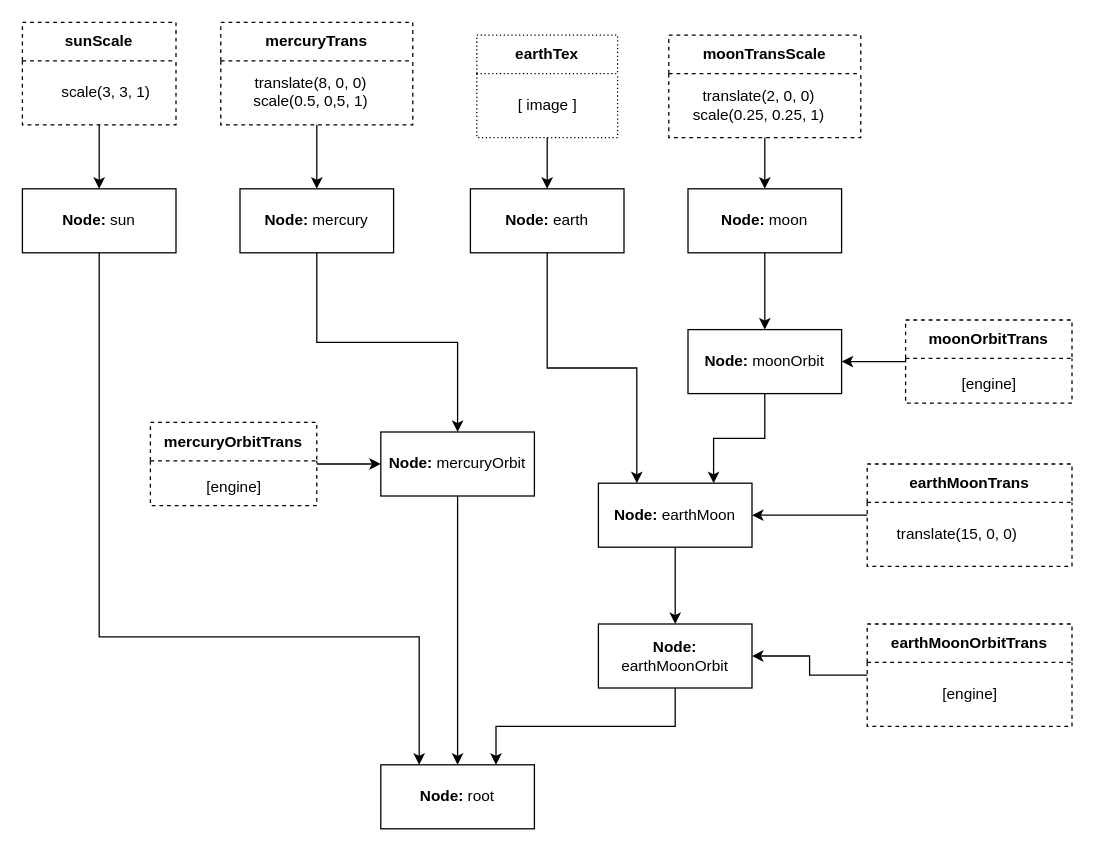
This is report/Trab1Graph.drawio from antenor-z/graph_trabalho1, a draw.io file, before an edit. Source tidied: cells renumbered, new cells numbered last; positions are measured from the earlier drawing's top-left corner, leaving out a move shared by most shapes. Both pictures are drawn from the tidied source at 128%, with x=0, y=0 at pixel (22, 22).
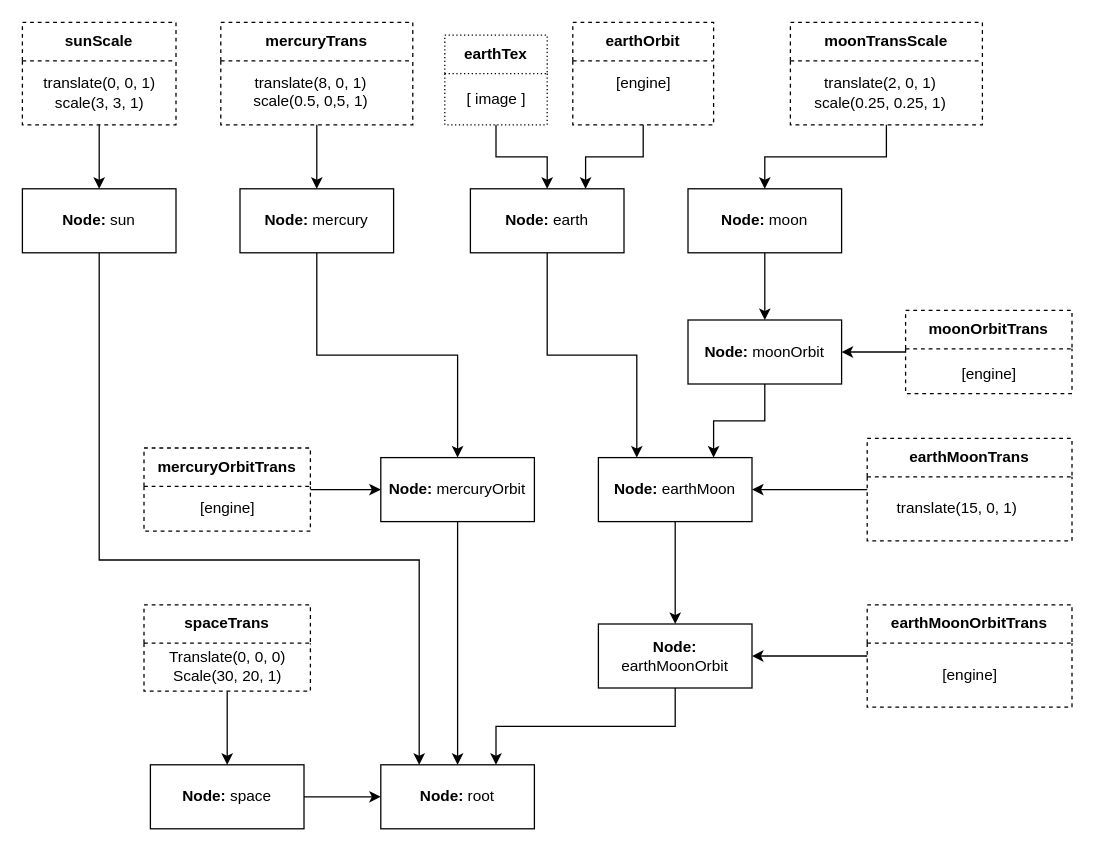
The same page after the edit.

Unchanged cells that the change refers to:
```xml
<mxCell id="4" value="&lt;b&gt;Node:&lt;/b&gt; root" style="rounded=0;whiteSpace=wrap;html=1;" parent="1" vertex="1">
  <mxGeometry x="280" y="580" width="120" height="50" as="geometry" />
</mxCell>
<mxCell id="8" value="&lt;div&gt;&lt;b&gt;Node:&lt;/b&gt; earth&lt;/div&gt;" style="rounded=0;whiteSpace=wrap;html=1;" parent="1" vertex="1">
  <mxGeometry x="350" y="130" width="120" height="50" as="geometry" />
</mxCell>
<mxCell id="14" value="&lt;div&gt;&lt;b&gt;Node:&lt;/b&gt; sun&lt;br&gt;&lt;/div&gt;" style="rounded=0;whiteSpace=wrap;html=1;" parent="1" vertex="1">
  <mxGeometry y="130" width="120" height="50" as="geometry" />
</mxCell>
<mxCell id="35" value="sunScale" style="swimlane;whiteSpace=wrap;html=1;startSize=30;dashed=1;" parent="1" vertex="1">
  <mxGeometry width="120" height="80" as="geometry" />
</mxCell>
<mxCell id="41" value="mercuryTrans" style="swimlane;whiteSpace=wrap;html=1;startSize=30;dashed=1;" parent="1" vertex="1">
  <mxGeometry x="155" width="150" height="80" as="geometry" />
</mxCell>
```

What changed in the source:
```diff
@@
     <mxCell id="6" value="&lt;div&gt;&lt;b&gt;Node:&lt;/b&gt; earthMoon&lt;/div&gt;" style="rounded=0;whiteSpace=wrap;html=1;" parent="1" vertex="1">
-      <mxGeometry x="450" y="360" width="120" height="50" as="geometry" />
+      <mxGeometry x="450" y="340" width="120" height="50" as="geometry" />
     </mxCell>
@@
     <mxCell id="10" value="&lt;div&gt;&lt;b&gt;Node:&lt;/b&gt; moonOrbit&lt;br&gt;&lt;/div&gt;" style="rounded=0;whiteSpace=wrap;html=1;" parent="1" vertex="1">
-      <mxGeometry x="520" y="240" width="120" height="50" as="geometry" />
+      <mxGeometry x="520" y="232.5" width="120" height="50" as="geometry" />
     </mxCell>
@@
     <mxCell id="13" style="edgeStyle=orthogonalEdgeStyle;rounded=0;jettySize=auto;html=1;entryX=0.25;entryY=0;entryDx=0;entryDy=0;exitX=0.5;exitY=1;exitDx=0;exitDy=0;" parent="1" edge="1" source="14" target="4">
       <mxGeometry relative="1" as="geometry">
         <Array as="points">
-          <mxPoint x="60" y="480" />
-          <mxPoint x="310" y="480" />
+          <mxPoint x="60" y="420" />
+          <mxPoint x="310" y="420" />
         </Array>
       </mxGeometry>
     </mxCell>
@@
     <mxCell id="18" value="&lt;div&gt;&lt;b&gt;Node:&lt;/b&gt; mercuryOrbit&lt;br&gt;&lt;/div&gt;" style="rounded=0;whiteSpace=wrap;html=1;" parent="1" vertex="1">
-      <mxGeometry x="280" y="320" width="120" height="50" as="geometry" />
+      <mxGeometry x="280" y="340" width="120" height="50" as="geometry" />
     </mxCell>
@@
     <mxCell id="20" value="&lt;blockquote&gt;earthTex&lt;br&gt;&lt;/blockquote&gt;" style="swimlane;whiteSpace=wrap;html=1;startSize=30;dashed=1;dashPattern=1 2;" parent="1" vertex="1">
-      <mxGeometry x="355" y="10" width="110" height="80" as="geometry" />
+      <mxGeometry x="330" y="10" width="80" height="70" as="geometry" />
     </mxCell>
     <mxCell id="21" value="[ image ]" style="text;html=1;align=center;verticalAlign=middle;strokeColor=none;fillColor=none;" parent="20" vertex="1">
-      <mxGeometry x="20" y="40" width="70" height="30" as="geometry" />
+      <mxGeometry x="5" y="35" width="70" height="30" as="geometry" />
     </mxCell>
@@
     <mxCell id="23" value="earthMoonOrbitTrans" style="swimlane;whiteSpace=wrap;html=1;startSize=30;dashed=1;" parent="1" vertex="1">
-      <mxGeometry x="660" y="470" width="160" height="80" as="geometry" />
+      <mxGeometry x="660" y="455" width="160" height="80" as="geometry" />
     </mxCell>
@@
     <mxCell id="26" value="earthMoonTrans" style="swimlane;whiteSpace=wrap;html=1;startSize=30;dashed=1;" parent="1" vertex="1">
-      <mxGeometry x="660" y="345" width="160" height="80" as="geometry" />
+      <mxGeometry x="660" y="325" width="160" height="80" as="geometry" />
     </mxCell>
-    <mxCell id="27" value="&lt;div&gt;translate(15, 0, 0)&lt;/div&gt;" style="text;html=1;align=center;verticalAlign=middle;strokeColor=none;fillColor=none;" parent="26" vertex="1">
+    <mxCell id="27" value="&lt;div&gt;translate(15, 0, 1)&lt;/div&gt;" style="text;html=1;align=center;verticalAlign=middle;strokeColor=none;fillColor=none;" parent="26" vertex="1">
       <mxGeometry x="10" y="40" width="120" height="30" as="geometry" />
     </mxCell>
@@
     <mxCell id="29" value="moonTransScale" style="swimlane;whiteSpace=wrap;html=1;startSize=30;dashed=1;" parent="1" vertex="1">
-      <mxGeometry x="505" y="10" width="150" height="80" as="geometry" />
+      <mxGeometry x="600" width="150" height="80" as="geometry" />
     </mxCell>
-    <mxCell id="30" value="&lt;div&gt;translate(2, 0, 0)&lt;/div&gt;&lt;div&gt;&lt;div&gt;scale(0.25, 0.25, 1)&lt;/div&gt;&lt;/div&gt;" style="text;html=1;align=center;verticalAlign=middle;strokeColor=none;fillColor=none;" parent="29" vertex="1">
+    <mxCell id="30" value="&lt;div&gt;translate(2, 0, 1)&lt;/div&gt;&lt;div&gt;&lt;div&gt;scale(0.25, 0.25, 1)&lt;/div&gt;&lt;/div&gt;" style="text;html=1;align=center;verticalAlign=middle;strokeColor=none;fillColor=none;" parent="29" vertex="1">
       <mxGeometry x="5" y="35" width="130" height="40" as="geometry" />
     </mxCell>
@@
     <mxCell id="32" value="moonOrbitTrans" style="swimlane;whiteSpace=wrap;html=1;startSize=30;dashed=1;" parent="1" vertex="1">
-      <mxGeometry x="690" y="232.5" width="130" height="65" as="geometry" />
+      <mxGeometry x="690" y="225" width="130" height="65" as="geometry" />
     </mxCell>
@@
-    <mxCell id="36" value="&lt;div&gt;scale(3, 3, 1)&lt;br&gt;&lt;/div&gt;" style="text;html=1;align=center;verticalAlign=middle;strokeColor=none;fillColor=none;" parent="35" vertex="1">
-      <mxGeometry x="20" y="40" width="90" height="30" as="geometry" />
+    <mxCell id="36" value="&lt;div&gt;translate(0, 0, 1)&lt;br&gt;&lt;/div&gt;&lt;div&gt;scale(3, 3, 1)&lt;br&gt;&lt;/div&gt;" style="text;html=1;align=center;verticalAlign=middle;strokeColor=none;fillColor=none;" parent="35" vertex="1">
+      <mxGeometry x="5" y="35" width="110" height="40" as="geometry" />
     </mxCell>
@@
     <mxCell id="38" value="mercuryOrbitTrans" style="swimlane;whiteSpace=wrap;html=1;startSize=30;dashed=1;" parent="1" vertex="1">
-      <mxGeometry x="100" y="312.5" width="130" height="65" as="geometry" />
+      <mxGeometry x="95" y="332.5" width="130" height="65" as="geometry" />
     </mxCell>
     <mxCell id="39" value="[engine]" style="text;html=1;align=center;verticalAlign=middle;strokeColor=none;fillColor=none;" parent="38" vertex="1">
-      <mxGeometry x="30" y="35" width="70" height="30" as="geometry" />
+      <mxGeometry x="30" y="32.5" width="70" height="30" as="geometry" />
     </mxCell>
@@
-    <mxCell id="42" value="&lt;br&gt;&lt;div&gt;&lt;div&gt;&lt;br&gt;&lt;/div&gt;&lt;div&gt;translate(8, 0, 0)&lt;/div&gt;&lt;/div&gt;&lt;div&gt;scale(0.5, 0,5, 1)&lt;/div&gt;" style="text;html=1;align=center;verticalAlign=middle;strokeColor=none;fillColor=none;" parent="41" vertex="1">
+    <mxCell id="42" value="&lt;br&gt;&lt;div&gt;&lt;div&gt;&lt;br&gt;&lt;/div&gt;&lt;div&gt;translate(8, 0, 1)&lt;/div&gt;&lt;/div&gt;&lt;div&gt;scale(0.5, 0,5, 1)&lt;/div&gt;" style="text;html=1;align=center;verticalAlign=middle;strokeColor=none;fillColor=none;" parent="41" vertex="1">
       <mxGeometry x="15" y="5" width="110" height="70" as="geometry" />
     </mxCell>
+    <mxCell id="43" style="edgeStyle=orthogonalEdgeStyle;rounded=0;jettySize=auto;html=1;exitX=0.5;exitY=1;exitDx=0;exitDy=0;entryX=0.75;entryY=0;entryDx=0;entryDy=0;" parent="1" edge="1" source="44" target="8">
+      <mxGeometry relative="1" as="geometry" />
+    </mxCell>
+    <mxCell id="44" value="earthOrbit" style="swimlane;whiteSpace=wrap;html=1;startSize=30;dashed=1;" parent="1" vertex="1">
+      <mxGeometry x="430" width="110" height="80" as="geometry" />
+    </mxCell>
+    <mxCell id="45" value="[engine]" style="text;html=1;align=center;verticalAlign=middle;strokeColor=none;fillColor=none;" parent="44" vertex="1">
+      <mxGeometry x="20" y="32.5" width="70" height="30" as="geometry" />
+    </mxCell>
+    <mxCell id="46" style="edgeStyle=orthogonalEdgeStyle;rounded=0;jettySize=auto;html=1;entryX=0;entryY=0.5;entryDx=0;entryDy=0;" parent="1" edge="1" source="47" target="4">
+      <mxGeometry relative="1" as="geometry" />
+    </mxCell>
+    <mxCell id="47" value="&lt;div&gt;&lt;b&gt;Node:&lt;/b&gt; space&lt;br&gt;&lt;/div&gt;" style="rounded=0;whiteSpace=wrap;html=1;" parent="1" vertex="1">
+      <mxGeometry x="100" y="580" width="120" height="50" as="geometry" />
+    </mxCell>
+    <mxCell id="48" value="spaceTrans" style="swimlane;whiteSpace=wrap;html=1;startSize=30;dashed=1;" parent="1" vertex="1">
+      <mxGeometry x="95" y="455" width="130" height="67.5" as="geometry" />
+    </mxCell>
+    <mxCell id="49" value="&lt;div&gt;Translate(0, 0, 0)&lt;/div&gt;&lt;div&gt;Scale(30, 20, 1)&lt;br&gt;&lt;/div&gt;" style="text;html=1;align=center;verticalAlign=middle;points=[];strokeColor=none;fillColor=none;" parent="48" vertex="1">
+      <mxGeometry x="5" y="27.5" width="120" height="40" as="geometry" />
+    </mxCell>
+    <mxCell id="50" style="edgeStyle=orthogonalEdgeStyle;rounded=0;jettySize=auto;html=1;entryX=0.5;entryY=0;entryDx=0;entryDy=0;" parent="1" edge="1" source="49" target="47">
+      <mxGeometry relative="1" as="geometry" />
+    </mxCell>
```
